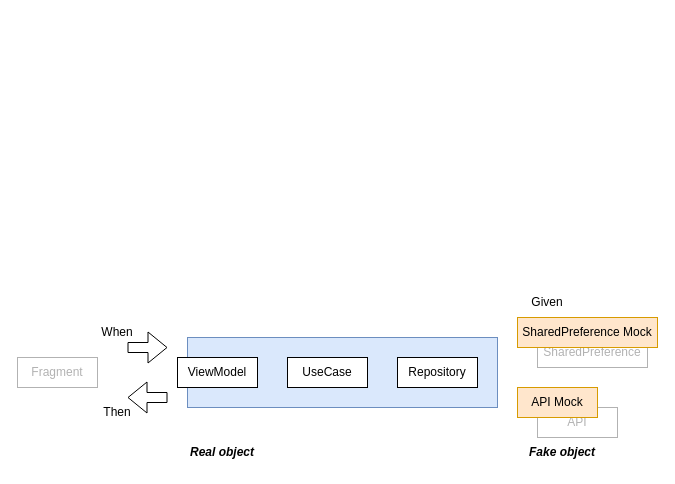
shotaIDE/zenn keeps this draw.io diagram as images/mobile-ui-logic-behavior-driven-development/image.drawio. Above is the earlier version. Source tidied: cells renumbered, new cells numbered last; positions are measured from the earlier drawing's top-left corner, leaving out a move shared by most shapes. Both pictures are drawn from the tidied source at 100%, with x=0, y=0 at pixel (17, 287).
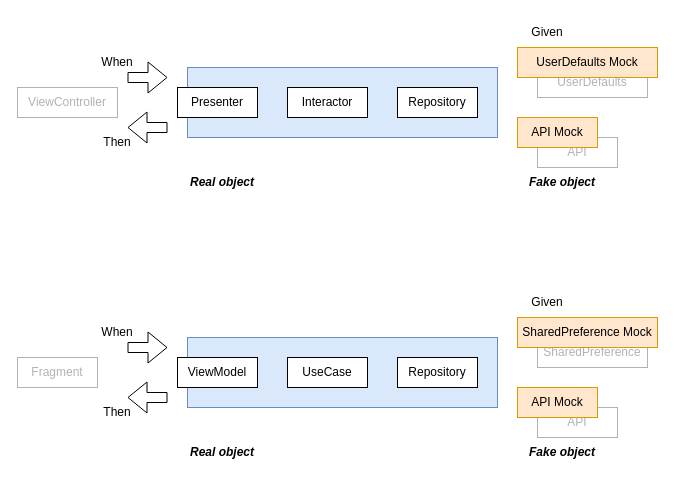
The same diagram, later.

Commit message (it also covers changes not shown here):
振る舞い駆動開発の下書きを更新 (#120)

What changed in the source:
```diff
@@
+    <mxCell id="18" style="rounded=0;whiteSpace=wrap;html=1;fillColor=#dae8fc;strokeColor=#6c8ebf;" parent="1" vertex="1">
+      <mxGeometry x="170" y="-220" width="310" height="70" as="geometry" />
+    </mxCell>
+    <mxCell id="19" value="Presenter" style="rounded=0;whiteSpace=wrap;html=1;" parent="1" vertex="1">
+      <mxGeometry x="160" y="-200" width="80" height="30" as="geometry" />
+    </mxCell>
+    <mxCell id="20" value="Interactor" style="rounded=0;whiteSpace=wrap;html=1;" parent="1" vertex="1">
+      <mxGeometry x="270" y="-200" width="80" height="30" as="geometry" />
+    </mxCell>
+    <mxCell id="21" value="Repository" style="rounded=0;whiteSpace=wrap;html=1;" parent="1" vertex="1">
+      <mxGeometry x="380" y="-200" width="80" height="30" as="geometry" />
+    </mxCell>
+    <mxCell id="22" value="UserDefaults" style="rounded=0;whiteSpace=wrap;html=1;textOpacity=30;opacity=30;" parent="1" vertex="1">
+      <mxGeometry x="520" y="-220" width="110" height="30" as="geometry" />
+    </mxCell>
+    <mxCell id="23" value="API" style="rounded=0;whiteSpace=wrap;html=1;textOpacity=30;opacity=30;" parent="1" vertex="1">
+      <mxGeometry x="520" y="-150" width="80" height="30" as="geometry" />
+    </mxCell>
+    <mxCell id="24" value="ViewController" style="rounded=0;whiteSpace=wrap;html=1;textOpacity=30;opacity=30;" parent="1" vertex="1">
+      <mxGeometry y="-200" width="100" height="30" as="geometry" />
+    </mxCell>
+    <mxCell id="25" style="shape=flexArrow;endArrow=classic;html=1;rounded=0;" parent="1" edge="1">
+      <mxGeometry relative="1" as="geometry">
+        <mxPoint x="110" y="-210" as="sourcePoint" />
+        <mxPoint x="150" y="-210" as="targetPoint" />
+      </mxGeometry>
+    </mxCell>
+    <mxCell id="26" style="shape=flexArrow;endArrow=classic;html=1;rounded=0;" parent="1" edge="1">
+      <mxGeometry relative="1" as="geometry">
+        <mxPoint x="150" y="-160" as="sourcePoint" />
+        <mxPoint x="110" y="-160" as="targetPoint" />
+      </mxGeometry>
+    </mxCell>
+    <mxCell id="27" value="When" style="text;html=1;align=center;verticalAlign=middle;whiteSpace=wrap;rounded=0;" parent="1" vertex="1">
+      <mxGeometry x="70" y="-240" width="60" height="30" as="geometry" />
+    </mxCell>
+    <mxCell id="28" value="Then" style="text;html=1;align=center;verticalAlign=middle;whiteSpace=wrap;rounded=0;" parent="1" vertex="1">
+      <mxGeometry x="70" y="-160" width="60" height="30" as="geometry" />
+    </mxCell>
+    <mxCell id="29" value="UserDefaults Mock" style="rounded=0;whiteSpace=wrap;html=1;fillColor=#ffe6cc;strokeColor=#d79b00;" parent="1" vertex="1">
+      <mxGeometry x="500" y="-240" width="140" height="30" as="geometry" />
+    </mxCell>
+    <mxCell id="30" value="API Mock" style="rounded=0;whiteSpace=wrap;html=1;fillColor=#ffe6cc;strokeColor=#d79b00;" parent="1" vertex="1">
+      <mxGeometry x="500" y="-170" width="80" height="30" as="geometry" />
+    </mxCell>
+    <mxCell id="31" value="Real object" style="text;html=1;align=center;verticalAlign=middle;whiteSpace=wrap;rounded=0;fontStyle=3;" parent="1" vertex="1">
+      <mxGeometry x="160" y="-120" width="90" height="30" as="geometry" />
+    </mxCell>
+    <mxCell id="32" value="Fake object" style="text;html=1;align=center;verticalAlign=middle;whiteSpace=wrap;rounded=0;fontStyle=3;" parent="1" vertex="1">
+      <mxGeometry x="500" y="-120" width="90" height="30" as="geometry" />
+    </mxCell>
+    <mxCell id="33" value="Given" style="text;html=1;align=center;verticalAlign=middle;whiteSpace=wrap;rounded=0;" parent="1" vertex="1">
+      <mxGeometry x="500" y="-270" width="60" height="30" as="geometry" />
+    </mxCell>
```
